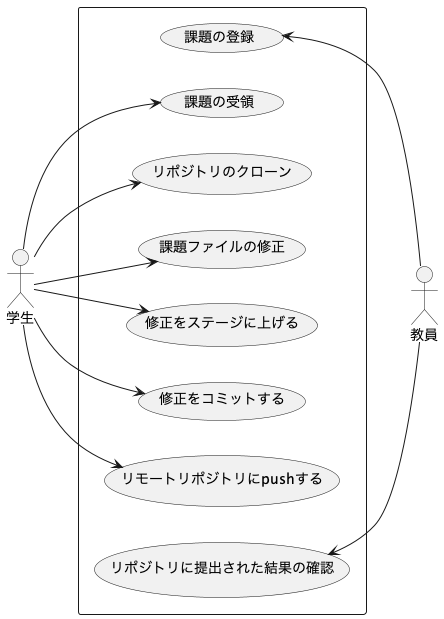
Before: ex03.png, a diagram exported from PlantUML (DCS-1-301-02/graph). The source it was exported from:
```plantuml
@startuml ex03
left to right direction
actor 学生 as student
actor 教員 as faculty
rectangle {
    usecase "課題の登録" as uc1
    usecase "課題の受領" as uc2
    usecase "リポジトリのクローン" as uc3
    usecase "課題ファイルの修正" as uc4
    usecase "修正をステージに上げる" as uc5
    usecase "修正をコミットする" as uc6
    usecase "リモートリポジトリにpushする" as uc7
    usecase "リポジトリに提出された結果の確認" as uc8
}
uc1 <-- faculty
student --> uc2
student --> uc3
student --> uc4
student --> uc5
student --> uc6
student --> uc7
uc8 <-- faculty
@enduml
```
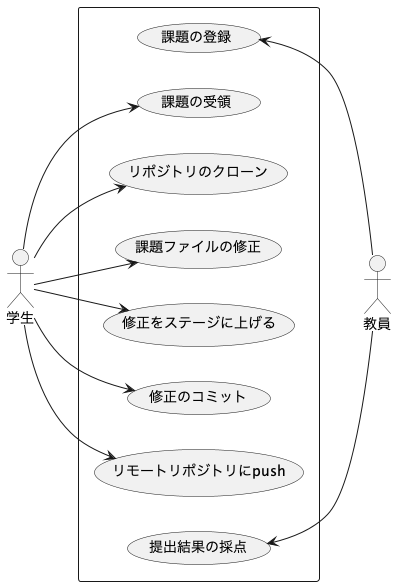
The same diagram one commit later.

Change to the diagram source:
```diff
@@ -1,23 +1,24 @@
 @startuml ex03
 left to right direction
 actor 学生 as student
-actor 教員 as faculty
+actor 教員 as teacher
 rectangle {
     usecase "課題の登録" as uc1
     usecase "課題の受領" as uc2
     usecase "リポジトリのクローン" as uc3
     usecase "課題ファイルの修正" as uc4
     usecase "修正をステージに上げる" as uc5
-    usecase "修正をコミットする" as uc6
-    usecase "リモートリポジトリにpushする" as uc7
-    usecase "リポジトリに提出された結果の確認" as uc8
+    usecase "修正のコミット" as uc6
+    usecase "リモートリポジトリにpush" as uc7
+    usecase "提出結果の採点" as uc8
 }
-uc1 <-- faculty
+
+uc1 <-- teacher
 student --> uc2
 student --> uc3
 student --> uc4
 student --> uc5
 student --> uc6
 student --> uc7
-uc8 <-- faculty
+uc8 <-- teacher
 @enduml
```
